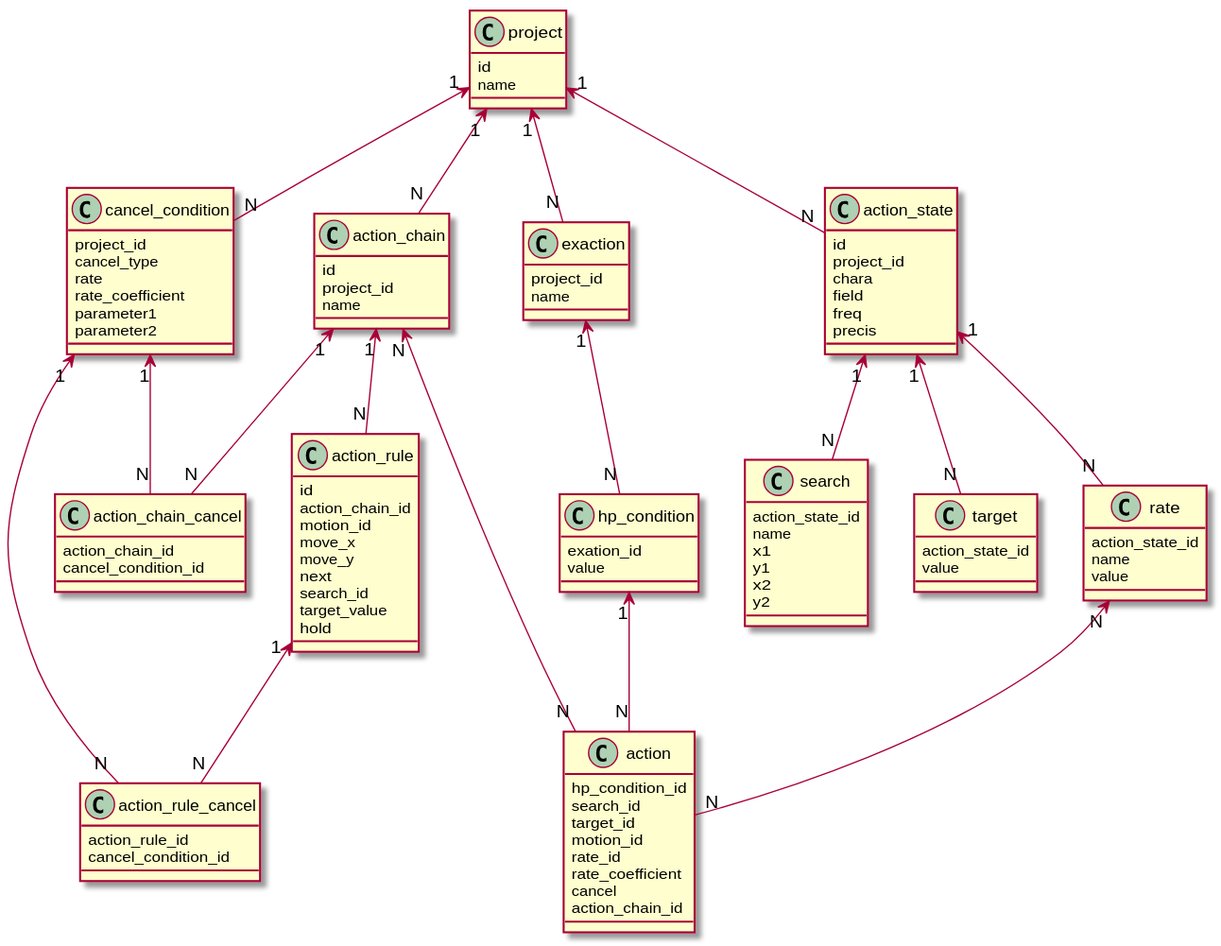
This is docs/ai_er.svg from sota2502/r4_aieditor, a PlantUML export, as it was before one commit.
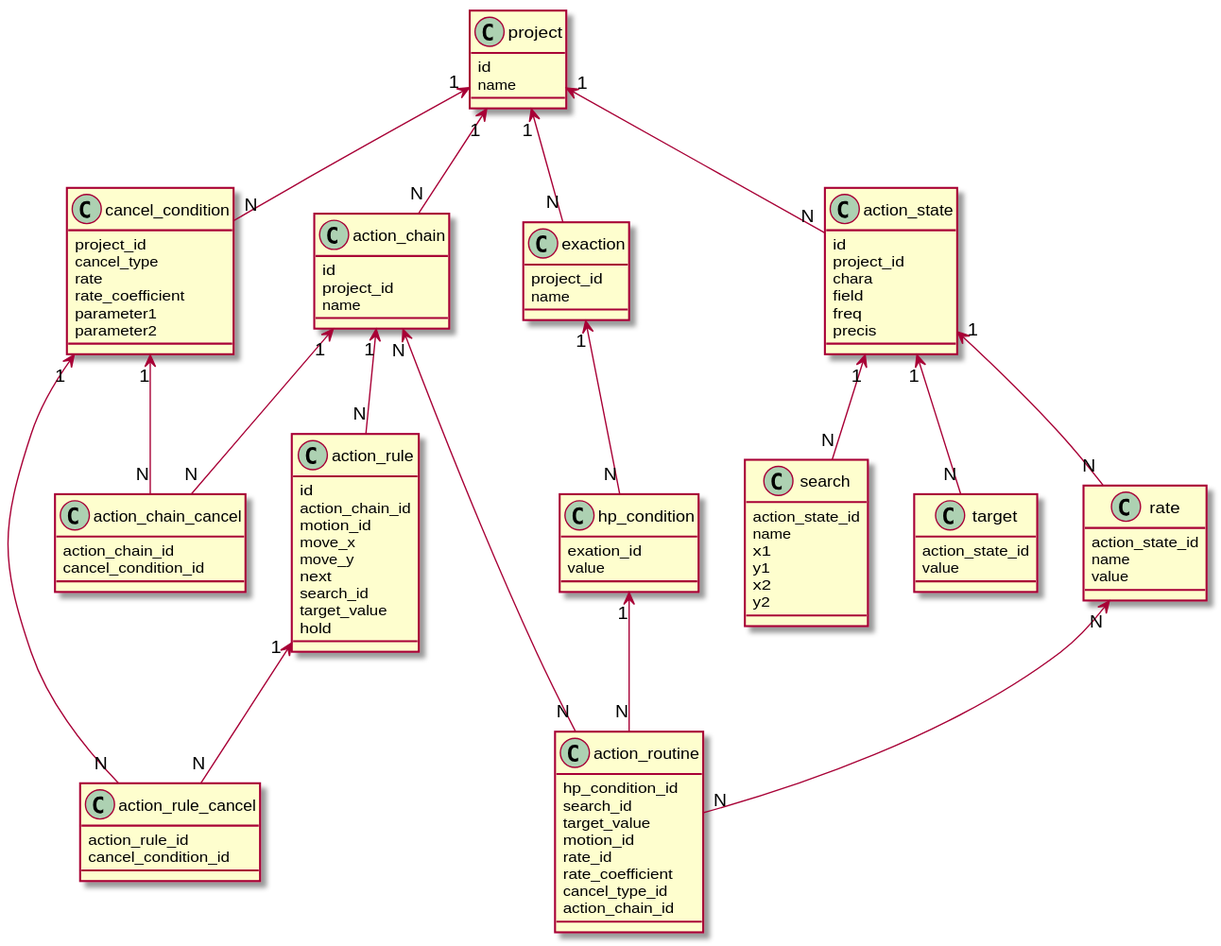
After the change.

What changed in the source:
```diff
@@ -92,22 +92,22 @@
   value
 }
 
-class action {
+class action_routine {
   hp_condition_id
   search_id
-  target_id
+  target_value
   motion_id
   rate_id
   rate_coefficient
-  cancel
+  cancel_type_id
   action_chain_id
 }
 
 project "1" <-up- "N" exaction
 project "1" <-up- "N" cancel_condition
 exaction "1" <-up- "N" hp_condition
-hp_condition "1" <-up- "N" action
-rate "N" <-up- "N" action
-action_chain "N" <- "N" action
+hp_condition "1" <-up- "N" action_routine
+rate "N" <-up- "N" action_routine
+action_chain "N" <- "N" action_routine
 
 @enduml
```
